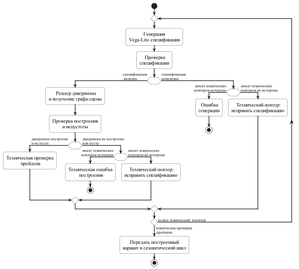
Earlier version of the PlantUML export research/architecture/tex/cycles/technical_cycle.png (shnikita-cr/ViRAGE).
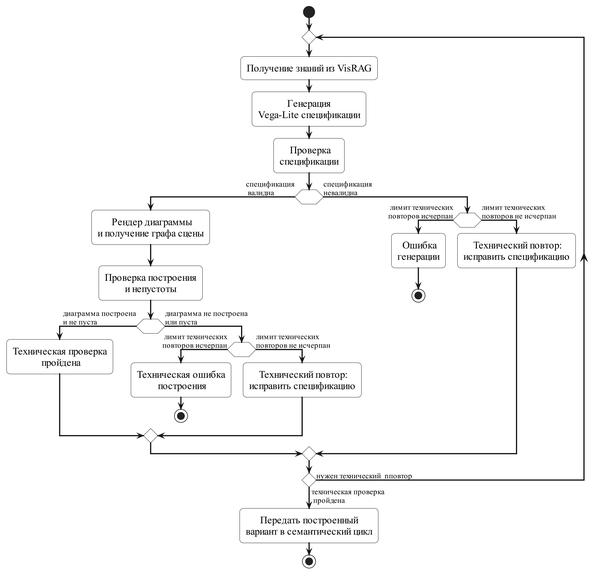
The same diagram one commit later.

The edit, as a diff of the source:
```diff
@@ -35,7 +35,7 @@
 start
 
 repeat
-
+:Получение знаний из VisRAG;
 :Генерация\nVega-Lite спецификации;
 : Проверка\nспецификации;
 
```
